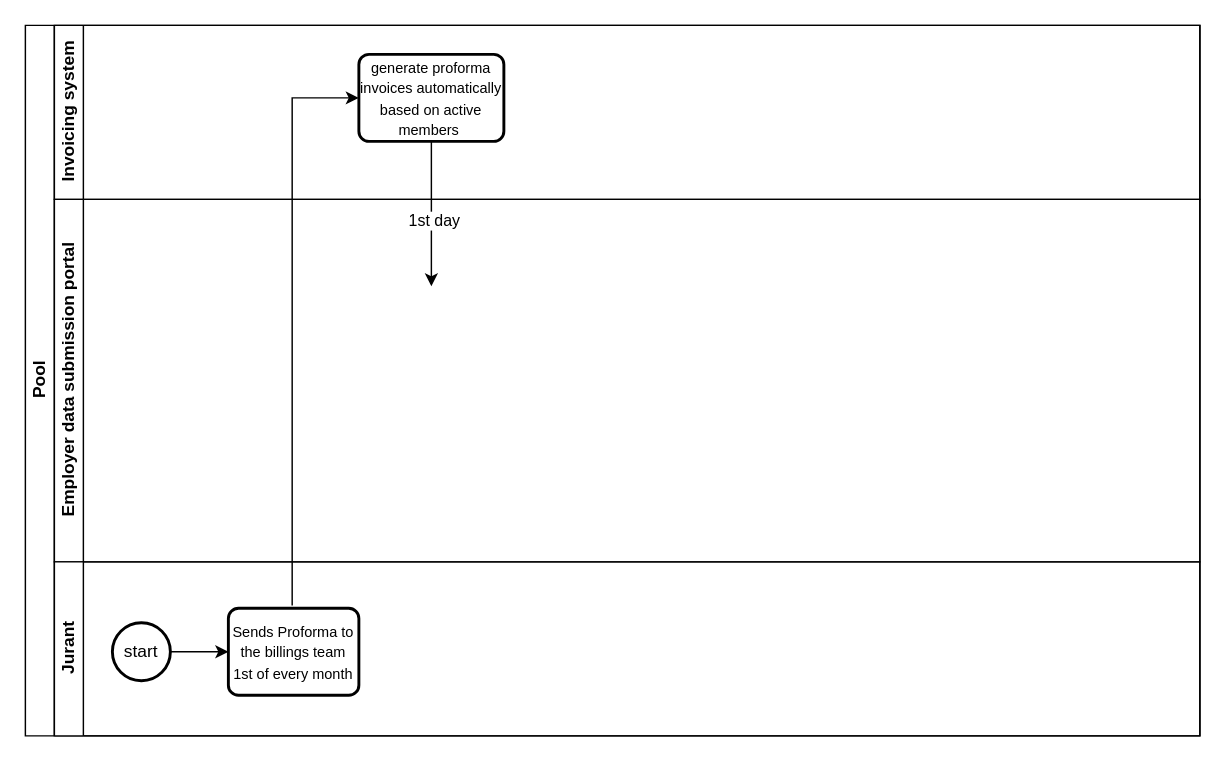
This is billingprocess.drawio from TJ-Kwetsane1993/Thato, a draw.io file, before an edit. Source tidied: cells renumbered, new cells numbered last; positions are measured from the earlier drawing's top-left corner, leaving out a move shared by most shapes. Both pictures are drawn from the tidied source at 145%, with x=0, y=0 at pixel (25, 25).
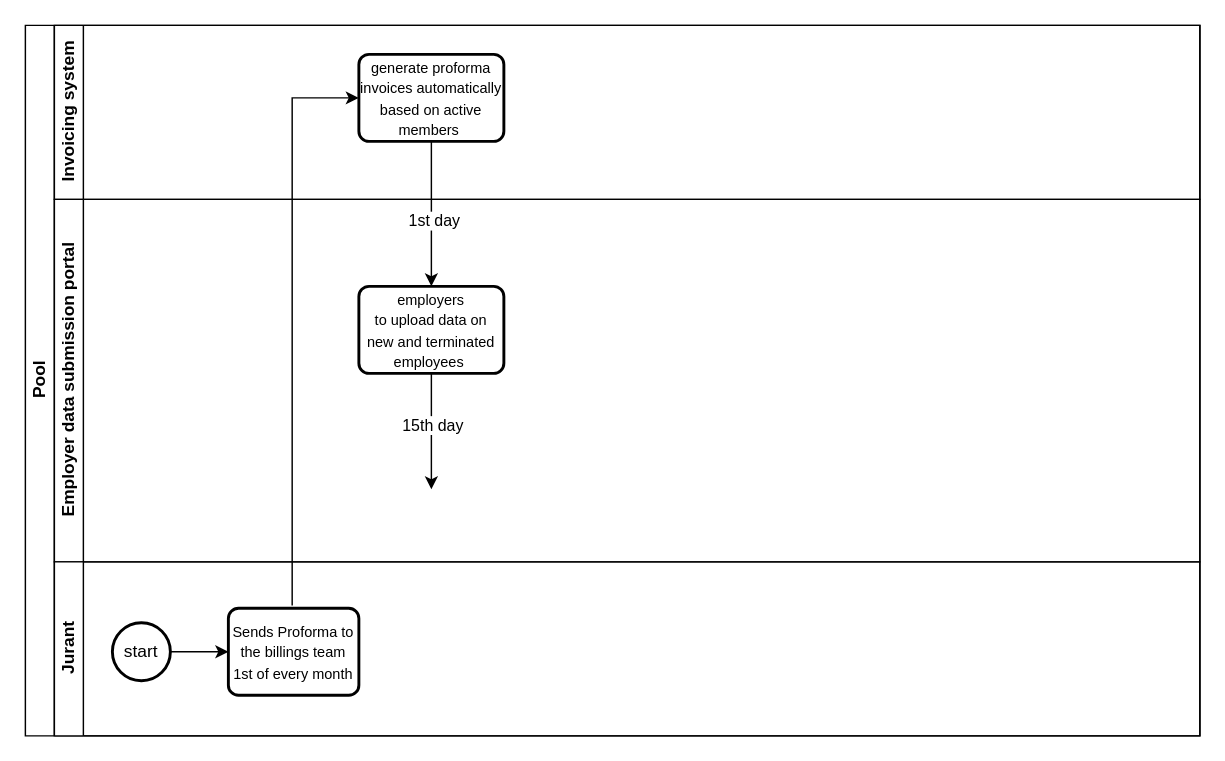
The same diagram, later.

Diff of the diagram source:
```diff
@@
 <mxGraphModel>
   <root>
     <mxCell id="0" />
     <mxCell id="1" parent="0" />
     <mxCell id="2" value="Pool" style="swimlane;html=1;horizontal=0;startSize=20;" parent="1" vertex="1">
       <mxGeometry width="810" height="490" as="geometry" />
     </mxCell>
     <mxCell id="3" value="Invoicing system" style="swimlane;html=1;startSize=20;horizontal=0;" parent="2" vertex="1">
       <mxGeometry x="20" width="790" height="120" as="geometry" />
     </mxCell>
     <mxCell id="4" style="edgeStyle=orthogonalEdgeStyle;rounded=0;jettySize=auto;html=1;exitX=0.5;exitY=1;exitDx=0;exitDy=0;" parent="3" edge="1" source="6">
       <mxGeometry relative="1" as="geometry">
         <mxPoint x="260" y="180" as="targetPoint" />
       </mxGeometry>
     </mxCell>
     <mxCell id="5" value="1st day" style="edgeLabel;html=1;align=center;verticalAlign=middle;" parent="4" vertex="1">
       <mxGeometry x="0.1" y="1" relative="1" as="geometry" />
     </mxCell>
     <mxCell id="6" value="&lt;span style=&quot;font-family: Aptos, sans-serif;&quot; lang=&quot;EN-US&quot;&gt;&lt;font style=&quot;font-size: 10px;&quot;&gt;generate proforma invoices automatically based on active members&amp;nbsp;&lt;/font&gt;&lt;/span&gt;" style="rounded=1;whiteSpace=wrap;html=1;absoluteArcSize=1;arcSize=14;strokeWidth=2;" parent="3" vertex="1">
       <mxGeometry x="210" y="20" width="100" height="60" as="geometry" />
     </mxCell>
     <mxCell id="7" value="Employer data submission portal" style="swimlane;html=1;startSize=20;horizontal=0;" parent="2" vertex="1">
       <mxGeometry x="20" y="120" width="790" height="250" as="geometry" />
     </mxCell>
+    <mxCell id="13" style="edgeStyle=orthogonalEdgeStyle;rounded=0;jettySize=auto;html=1;exitX=0.5;exitY=1;exitDx=0;exitDy=0;" parent="7" edge="1" source="15">
+      <mxGeometry relative="1" as="geometry">
+        <mxPoint x="260" y="200" as="targetPoint" />
+      </mxGeometry>
+    </mxCell>
+    <mxCell id="14" value="15th day" style="edgeLabel;html=1;align=center;verticalAlign=middle;" parent="13" vertex="1">
+      <mxGeometry x="-0.12" relative="1" as="geometry" />
+    </mxCell>
+    <mxCell id="15" value="&lt;span style=&quot;font-family: Aptos, sans-serif;&quot; lang=&quot;EN-US&quot;&gt;&lt;font style=&quot;font-size: 10px;&quot;&gt;employers&lt;br&gt;to upload data on new and terminated employees&amp;nbsp;&lt;/font&gt;&lt;/span&gt;" style="rounded=1;whiteSpace=wrap;html=1;absoluteArcSize=1;arcSize=14;strokeWidth=2;" parent="7" vertex="1">
+      <mxGeometry x="210" y="60" width="100" height="60" as="geometry" />
+    </mxCell>
     <mxCell id="8" value="Jurant" style="swimlane;html=1;startSize=20;horizontal=0;" parent="2" vertex="1">
       <mxGeometry x="20" y="370" width="790" height="120" as="geometry" />
     </mxCell>
     <mxCell id="9" style="edgeStyle=orthogonalEdgeStyle;rounded=0;jettySize=auto;html=1;exitX=1;exitY=0.5;exitDx=0;exitDy=0;exitPerimeter=0;" parent="8" edge="1" source="10">
       <mxGeometry relative="1" as="geometry">
         <mxPoint x="120" y="62" as="targetPoint" />
       </mxGeometry>
     </mxCell>
     <mxCell id="10" value="start" style="strokeWidth=2;html=1;shape=mxgraph.flowchart.start_2;whiteSpace=wrap;" parent="8" vertex="1">
       <mxGeometry x="40" y="42" width="40" height="40" as="geometry" />
     </mxCell>
     <mxCell id="11" value="&lt;font style=&quot;font-size: 10px;&quot;&gt;Sends Proforma to the billings team 1st of every month&lt;/font&gt;" style="rounded=1;whiteSpace=wrap;html=1;absoluteArcSize=1;arcSize=14;strokeWidth=2;" parent="8" vertex="1">
       <mxGeometry x="120" y="32" width="90" height="60" as="geometry" />
     </mxCell>
     <mxCell id="12" style="edgeStyle=orthogonalEdgeStyle;rounded=0;orthogonalLoop=1;jettySize=auto;html=1;" parent="1" edge="1">
       <mxGeometry relative="1" as="geometry">
         <mxPoint x="184" y="400" as="sourcePoint" />
         <mxPoint x="230" y="50" as="targetPoint" />
         <Array as="points">
           <mxPoint x="184" y="50" />
         </Array>
       </mxGeometry>
     </mxCell>
   </root>
 </mxGraphModel>
```
